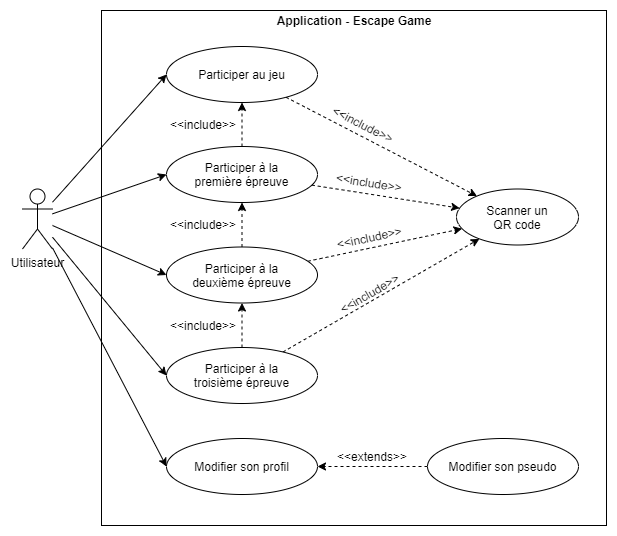
Bollemii/MASI-mobile-escape-game keeps this draw.io diagram as docs/assets/images/diagrams/Usecase.png. Above is the earlier version. Source tidied: cells renumbered, new cells last; positions are measured from the earlier drawing's top-left corner, leaving out a move shared by most shapes. Its diagram source:
```xml
<mxGraphModel>
  <root>
    <mxCell id="0" />
    <mxCell id="1" parent="0" />
    <mxCell id="2" style="rounded=0;whiteSpace=wrap;html=1;" parent="1" vertex="1">
      <mxGeometry x="79" width="505" height="515" as="geometry" />
    </mxCell>
    <mxCell id="3" style="rounded=0;jettySize=auto;html=1;entryX=0;entryY=0.5;entryDx=0;entryDy=0;" parent="1" edge="1" source="8" target="14">
      <mxGeometry relative="1" as="geometry" />
    </mxCell>
    <mxCell id="4" style="edgeStyle=none;rounded=0;jettySize=auto;html=1;entryX=0;entryY=0.5;entryDx=0;entryDy=0;" parent="1" edge="1" source="8" target="12">
      <mxGeometry relative="1" as="geometry" />
    </mxCell>
    <mxCell id="5" style="edgeStyle=none;rounded=0;jettySize=auto;html=1;entryX=0;entryY=0.5;entryDx=0;entryDy=0;" parent="1" edge="1" source="8" target="17">
      <mxGeometry relative="1" as="geometry" />
    </mxCell>
    <mxCell id="6" style="edgeStyle=none;rounded=0;jettySize=auto;html=1;entryX=0;entryY=0.5;entryDx=0;entryDy=0;" parent="1" edge="1" source="8" target="20">
      <mxGeometry relative="1" as="geometry" />
    </mxCell>
    <mxCell id="7" style="rounded=0;jettySize=auto;html=1;entryX=0;entryY=0.5;entryDx=0;entryDy=0;" parent="1" edge="1" source="8" target="29">
      <mxGeometry relative="1" as="geometry" />
    </mxCell>
    <mxCell id="8" value="Utilisateur" style="shape=umlActor;verticalLabelPosition=bottom;verticalAlign=top;html=1;" parent="1" vertex="1">
      <mxGeometry y="178.5" width="30" height="60" as="geometry" />
    </mxCell>
    <mxCell id="9" value="Scanner un&lt;br&gt;QR code" style="ellipse;whiteSpace=wrap;html=1;" parent="1" vertex="1">
      <mxGeometry x="434" y="178.5" width="122" height="56" as="geometry" />
    </mxCell>
    <mxCell id="10" style="edgeStyle=none;rounded=0;jettySize=auto;html=1;dashed=1;" parent="1" edge="1" source="12" target="9">
      <mxGeometry relative="1" as="geometry" />
    </mxCell>
    <mxCell id="11" style="edgeStyle=none;rounded=0;jettySize=auto;html=1;dashed=1;" parent="1" edge="1" source="12" target="14">
      <mxGeometry relative="1" as="geometry" />
    </mxCell>
    <mxCell id="12" value="Participer à la&lt;br&gt;première épreuve" style="ellipse;whiteSpace=wrap;html=1;" parent="1" vertex="1">
      <mxGeometry x="144" y="136" width="151" height="56" as="geometry" />
    </mxCell>
    <mxCell id="13" style="edgeStyle=none;rounded=0;jettySize=auto;html=1;dashed=1;" parent="1" edge="1" source="14" target="9">
      <mxGeometry relative="1" as="geometry" />
    </mxCell>
    <mxCell id="14" value="Participer au jeu" style="ellipse;whiteSpace=wrap;html=1;" parent="1" vertex="1">
      <mxGeometry x="144" y="36" width="151" height="56" as="geometry" />
    </mxCell>
    <mxCell id="15" style="edgeStyle=none;rounded=0;jettySize=auto;html=1;dashed=1;" parent="1" edge="1" source="17" target="9">
      <mxGeometry relative="1" as="geometry" />
    </mxCell>
    <mxCell id="16" style="edgeStyle=none;rounded=0;jettySize=auto;html=1;dashed=1;" parent="1" edge="1" source="17" target="12">
      <mxGeometry relative="1" as="geometry" />
    </mxCell>
    <mxCell id="17" value="Participer à la&lt;br&gt;deuxième épreuve" style="ellipse;whiteSpace=wrap;html=1;" parent="1" vertex="1">
      <mxGeometry x="144" y="236.5" width="151" height="56" as="geometry" />
    </mxCell>
    <mxCell id="18" style="edgeStyle=none;rounded=0;jettySize=auto;html=1;dashed=1;" parent="1" edge="1" source="20" target="9">
      <mxGeometry relative="1" as="geometry" />
    </mxCell>
    <mxCell id="19" style="edgeStyle=none;rounded=0;jettySize=auto;html=1;dashed=1;" parent="1" edge="1" source="20" target="17">
      <mxGeometry relative="1" as="geometry" />
    </mxCell>
    <mxCell id="20" value="Participer à la&lt;br&gt;troisième épreuve" style="ellipse;whiteSpace=wrap;html=1;" parent="1" vertex="1">
      <mxGeometry x="144" y="337" width="151" height="56" as="geometry" />
    </mxCell>
    <mxCell id="21" value="&amp;lt;&amp;lt;include&amp;gt;&amp;gt;" style="text;html=1;strokeColor=none;fillColor=none;align=center;verticalAlign=middle;whiteSpace=wrap;rounded=0;rotation=330;" parent="1" vertex="1">
      <mxGeometry x="310" y="272.5" width="74" height="20" as="geometry" />
    </mxCell>
    <mxCell id="22" value="&amp;lt;&amp;lt;include&amp;gt;&amp;gt;" style="text;html=1;strokeColor=none;fillColor=none;align=center;verticalAlign=middle;whiteSpace=wrap;rounded=0;rotation=348;" parent="1" vertex="1">
      <mxGeometry x="310" y="216.5" width="74" height="20" as="geometry" />
    </mxCell>
    <mxCell id="23" value="&amp;lt;&amp;lt;include&amp;gt;&amp;gt;" style="text;html=1;strokeColor=none;fillColor=none;align=center;verticalAlign=middle;whiteSpace=wrap;rounded=0;rotation=9;" parent="1" vertex="1">
      <mxGeometry x="310" y="162" width="74" height="20" as="geometry" />
    </mxCell>
    <mxCell id="24" value="&amp;lt;&amp;lt;include&amp;gt;&amp;gt;" style="text;html=1;strokeColor=none;fillColor=none;align=center;verticalAlign=middle;whiteSpace=wrap;rounded=0;" parent="1" vertex="1">
      <mxGeometry x="144" y="305" width="74" height="20" as="geometry" />
    </mxCell>
    <mxCell id="25" value="&amp;lt;&amp;lt;include&amp;gt;&amp;gt;" style="text;html=1;strokeColor=none;fillColor=none;align=center;verticalAlign=middle;whiteSpace=wrap;rounded=0;" parent="1" vertex="1">
      <mxGeometry x="144" y="204" width="74" height="20" as="geometry" />
    </mxCell>
    <mxCell id="26" value="&amp;lt;&amp;lt;include&amp;gt;&amp;gt;" style="text;html=1;strokeColor=none;fillColor=none;align=center;verticalAlign=middle;whiteSpace=wrap;rounded=0;" parent="1" vertex="1">
      <mxGeometry x="144" y="104" width="74" height="20" as="geometry" />
    </mxCell>
    <mxCell id="27" value="&amp;lt;&amp;lt;include&amp;gt;&amp;gt;" style="text;html=1;strokeColor=none;fillColor=none;align=center;verticalAlign=middle;whiteSpace=wrap;rounded=0;rotation=27;" parent="1" vertex="1">
      <mxGeometry x="304" y="104" width="74" height="20" as="geometry" />
    </mxCell>
    <mxCell id="28" value="Application - Escape Game" style="text;html=1;strokeColor=none;fillColor=none;align=center;verticalAlign=middle;whiteSpace=wrap;rounded=0;fontStyle=1;" parent="1" vertex="1">
      <mxGeometry x="250.8" width="161.5" height="20" as="geometry" />
    </mxCell>
    <mxCell id="29" value="Modifier son profil" style="ellipse;whiteSpace=wrap;html=1;" parent="1" vertex="1">
      <mxGeometry x="144" y="428" width="151" height="56" as="geometry" />
    </mxCell>
    <mxCell id="30" style="edgeStyle=none;rounded=0;jettySize=auto;html=1;dashed=1;" parent="1" edge="1" source="31" target="29">
      <mxGeometry relative="1" as="geometry" />
    </mxCell>
    <mxCell id="31" value="Modifier son pseudo" style="ellipse;whiteSpace=wrap;html=1;" parent="1" vertex="1">
      <mxGeometry x="405" y="428" width="151" height="56" as="geometry" />
    </mxCell>
    <mxCell id="32" value="&amp;lt;&amp;lt;extends&amp;gt;&amp;gt;" style="text;html=1;strokeColor=none;fillColor=none;align=center;verticalAlign=middle;whiteSpace=wrap;rounded=0;" parent="1" vertex="1">
      <mxGeometry x="313" y="436" width="74" height="20" as="geometry" />
    </mxCell>
  </root>
</mxGraphModel>
```
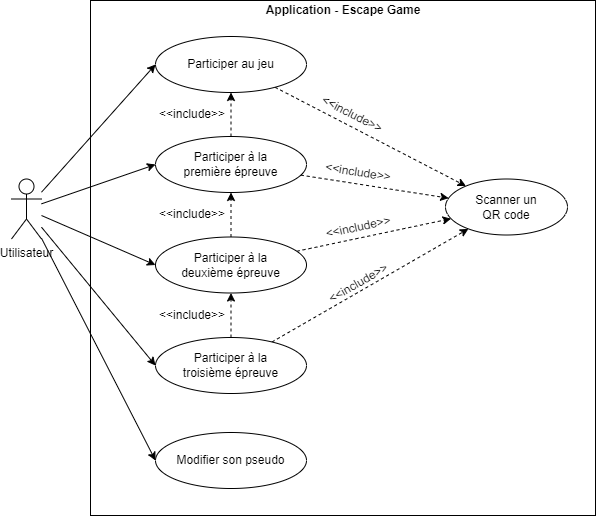
Later version of the same file.

What changed in the source:
```diff
@@ -17,7 +17,7 @@
     <mxCell id="6" style="edgeStyle=none;rounded=0;jettySize=auto;html=1;entryX=0;entryY=0.5;entryDx=0;entryDy=0;" parent="1" edge="1" source="8" target="20">
       <mxGeometry relative="1" as="geometry" />
     </mxCell>
-    <mxCell id="7" style="rounded=0;jettySize=auto;html=1;entryX=0;entryY=0.5;entryDx=0;entryDy=0;" parent="1" edge="1" source="8" target="29">
+    <mxCell id="7" style="rounded=0;jettySize=auto;html=1;entryX=0;entryY=0.5;entryDx=0;entryDy=0;" parent="1" edge="1" source="8" target="31">
       <mxGeometry relative="1" as="geometry" />
     </mxCell>
     <mxCell id="8" value="Utilisateur" style="shape=umlActor;verticalLabelPosition=bottom;verticalAlign=top;html=1;" parent="1" vertex="1">
@@ -83,17 +83,8 @@
     <mxCell id="28" value="Application - Escape Game" style="text;html=1;strokeColor=none;fillColor=none;align=center;verticalAlign=middle;whiteSpace=wrap;rounded=0;fontStyle=1;" parent="1" vertex="1">
       <mxGeometry x="250.8" width="161.5" height="20" as="geometry" />
     </mxCell>
-    <mxCell id="29" value="Modifier son profil" style="ellipse;whiteSpace=wrap;html=1;" parent="1" vertex="1">
-      <mxGeometry x="144" y="428" width="151" height="56" as="geometry" />
-    </mxCell>
-    <mxCell id="30" style="edgeStyle=none;rounded=0;jettySize=auto;html=1;dashed=1;" parent="1" edge="1" source="31" target="29">
-      <mxGeometry relative="1" as="geometry" />
-    </mxCell>
     <mxCell id="31" value="Modifier son pseudo" style="ellipse;whiteSpace=wrap;html=1;" parent="1" vertex="1">
-      <mxGeometry x="405" y="428" width="151" height="56" as="geometry" />
+      <mxGeometry x="144" y="432" width="151" height="56" as="geometry" />
     </mxCell>
-    <mxCell id="32" value="&amp;lt;&amp;lt;extends&amp;gt;&amp;gt;" style="text;html=1;strokeColor=none;fillColor=none;align=center;verticalAlign=middle;whiteSpace=wrap;rounded=0;" parent="1" vertex="1">
-      <mxGeometry x="313" y="436" width="74" height="20" as="geometry" />
-    </mxCell>
   </root>
 </mxGraphModel>
```
